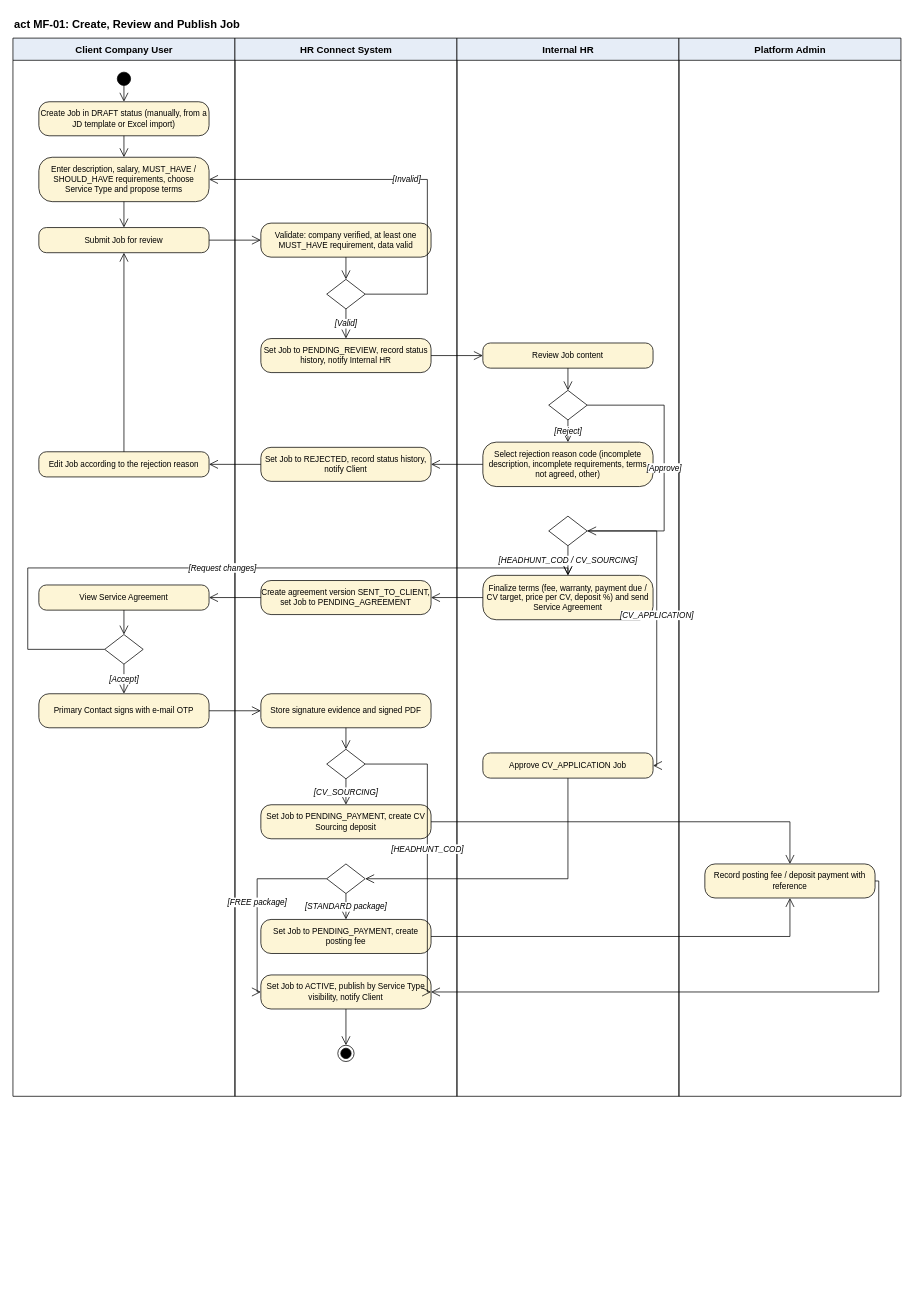
Before: docs/diagrams/activity/source/act-mf01-create-review-publish-job.drawio in hoangqui794/hr-connect, a draw.io diagram. Source tidied: cells renumbered, new cells numbered last; positions are measured from the earlier drawing's top-left corner, leaving out a move shared by most shapes. Both pictures are drawn from the tidied source at 74%, with x=0, y=0 at pixel (13, 13).
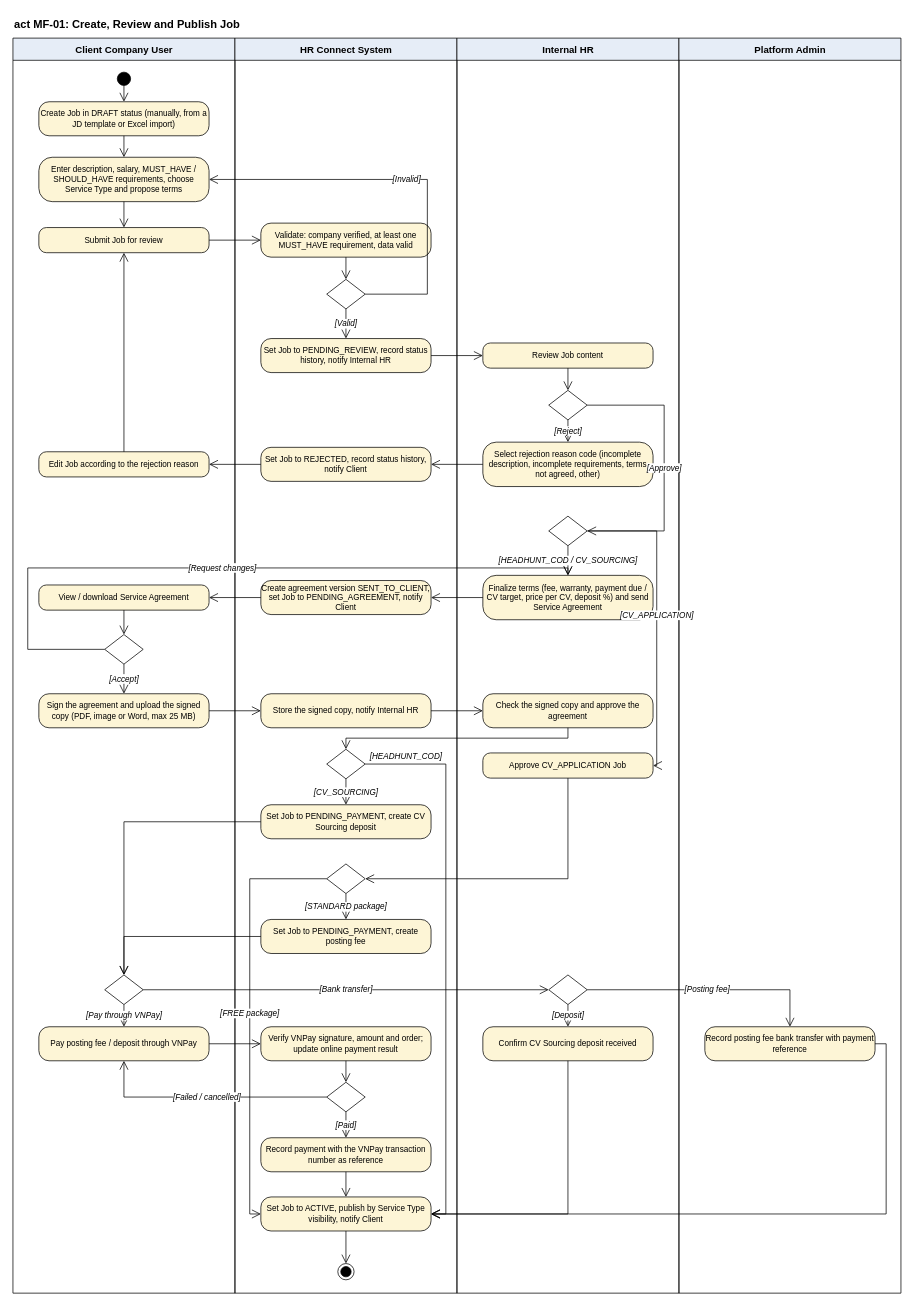
After the change.

The change refers to these unchanged cells:
```xml
<mxCell id="26" style="rhombus;whiteSpace=wrap;html=1;fillColor=#FFFFFF;strokeColor=#000000;fontSize=10;" parent="1" vertex="1">
  <mxGeometry x="424" y="995" width="52" height="40" as="geometry" />
</mxCell>
<mxCell id="27" value="Set Job to PENDING_PAYMENT, create CV Sourcing deposit" style="rounded=1;arcSize=30;whiteSpace=wrap;html=1;fillColor=#FDF5D6;strokeColor=#000000;fontSize=11;" parent="1" vertex="1">
  <mxGeometry x="335" y="1070" width="230" height="46" as="geometry" />
</mxCell>
<mxCell id="29" style="rhombus;whiteSpace=wrap;html=1;fillColor=#FFFFFF;strokeColor=#000000;fontSize=10;" parent="1" vertex="1">
  <mxGeometry x="424" y="1150" width="52" height="40" as="geometry" />
</mxCell>
<mxCell id="30" value="Set Job to PENDING_PAYMENT, create posting fee" style="rounded=1;arcSize=30;whiteSpace=wrap;html=1;fillColor=#FDF5D6;strokeColor=#000000;fontSize=11;" parent="1" vertex="1">
  <mxGeometry x="335" y="1225" width="230" height="46" as="geometry" />
</mxCell>
```

What changed in the source:
```diff
@@
     <mxCell id="3" value="Client Company User" style="swimlane;startSize=30;html=1;fillColor=#E6EDF7;strokeColor=#000000;fontStyle=1;fontSize=13;" parent="1" vertex="1">
-      <mxGeometry y="34" width="300" height="1430" as="geometry" />
+      <mxGeometry y="34" width="300" height="1696" as="geometry" />
     </mxCell>
     <mxCell id="4" value="HR Connect System" style="swimlane;startSize=30;html=1;fillColor=#E6EDF7;strokeColor=#000000;fontStyle=1;fontSize=13;" parent="1" vertex="1">
-      <mxGeometry x="300" y="34" width="300" height="1430" as="geometry" />
+      <mxGeometry x="300" y="34" width="300" height="1696" as="geometry" />
     </mxCell>
     <mxCell id="5" value="Internal HR" style="swimlane;startSize=30;html=1;fillColor=#E6EDF7;strokeColor=#000000;fontStyle=1;fontSize=13;" parent="1" vertex="1">
-      <mxGeometry x="600" y="34" width="300" height="1430" as="geometry" />
+      <mxGeometry x="600" y="34" width="300" height="1696" as="geometry" />
     </mxCell>
     <mxCell id="6" value="Platform Admin" style="swimlane;startSize=30;html=1;fillColor=#E6EDF7;strokeColor=#000000;fontStyle=1;fontSize=13;" parent="1" vertex="1">
-      <mxGeometry x="900" y="34" width="300" height="1430" as="geometry" />
+      <mxGeometry x="900" y="34" width="300" height="1696" as="geometry" />
     </mxCell>
@@
-    <mxCell id="21" value="Create agreement version SENT_TO_CLIENT, set Job to PENDING_AGREEMENT" style="rounded=1;arcSize=30;whiteSpace=wrap;html=1;fillColor=#FDF5D6;strokeColor=#000000;fontSize=11;" parent="1" vertex="1">
+    <mxCell id="21" value="Create agreement version SENT_TO_CLIENT, set Job to PENDING_AGREEMENT, notify Client" style="rounded=1;arcSize=30;whiteSpace=wrap;html=1;fillColor=#FDF5D6;strokeColor=#000000;fontSize=11;" parent="1" vertex="1">
       <mxGeometry x="335" y="767" width="230" height="46" as="geometry" />
     </mxCell>
-    <mxCell id="22" value="View Service Agreement" style="rounded=1;arcSize=30;whiteSpace=wrap;html=1;fillColor=#FDF5D6;strokeColor=#000000;fontSize=11;" parent="1" vertex="1">
+    <mxCell id="22" value="View / download Service Agreement" style="rounded=1;arcSize=30;whiteSpace=wrap;html=1;fillColor=#FDF5D6;strokeColor=#000000;fontSize=11;" parent="1" vertex="1">
       <mxGeometry x="35" y="773" width="230" height="34" as="geometry" />
     </mxCell>
@@
-    <mxCell id="24" value="Primary Contact signs with e-mail OTP" style="rounded=1;arcSize=30;whiteSpace=wrap;html=1;fillColor=#FDF5D6;strokeColor=#000000;fontSize=11;" parent="1" vertex="1">
+    <mxCell id="24" value="Sign the agreement and upload the signed copy (PDF, image or Word, max 25 MB)" style="rounded=1;arcSize=30;whiteSpace=wrap;html=1;fillColor=#FDF5D6;strokeColor=#000000;fontSize=11;" parent="1" vertex="1">
       <mxGeometry x="35" y="920" width="230" height="46" as="geometry" />
     </mxCell>
-    <mxCell id="25" value="Store signature evidence and signed PDF" style="rounded=1;arcSize=30;whiteSpace=wrap;html=1;fillColor=#FDF5D6;strokeColor=#000000;fontSize=11;" parent="1" vertex="1">
+    <mxCell id="25" value="Store the signed copy, notify Internal HR" style="rounded=1;arcSize=30;whiteSpace=wrap;html=1;fillColor=#FDF5D6;strokeColor=#000000;fontSize=11;" parent="1" vertex="1">
       <mxGeometry x="335" y="920" width="230" height="46" as="geometry" />
     </mxCell>
@@
-    <mxCell id="31" value="Record posting fee / deposit payment with reference" style="rounded=1;arcSize=30;whiteSpace=wrap;html=1;fillColor=#FDF5D6;strokeColor=#000000;fontSize=11;" parent="1" vertex="1">
-      <mxGeometry x="935" y="1150" width="230" height="46" as="geometry" />
+    <mxCell id="31" value="Record posting fee bank transfer with payment reference" style="rounded=1;arcSize=30;whiteSpace=wrap;html=1;fillColor=#FDF5D6;strokeColor=#000000;fontSize=11;" parent="1" vertex="1">
+      <mxGeometry x="935" y="1370" width="230" height="46" as="geometry" />
     </mxCell>
     <mxCell id="32" value="Set Job to ACTIVE, publish by Service Type visibility, notify Client" style="rounded=1;arcSize=30;whiteSpace=wrap;html=1;fillColor=#FDF5D6;strokeColor=#000000;fontSize=11;" parent="1" vertex="1">
-      <mxGeometry x="335" y="1300" width="230" height="46" as="geometry" />
+      <mxGeometry x="335" y="1600" width="230" height="46" as="geometry" />
     </mxCell>
     <mxCell id="33" style="ellipse;shape=endState;fillColor=#000000;strokeColor=#000000;" parent="1" vertex="1">
-      <mxGeometry x="439" y="1395" width="22" height="22" as="geometry" />
+      <mxGeometry x="439" y="1690" width="22" height="22" as="geometry" />
     </mxCell>
@@
-    <mxCell id="55" style="endArrow=open;endSize=10;html=1;rounded=0;edgeStyle=orthogonalEdgeStyle;fontStyle=2;fontSize=11;labelBackgroundColor=#FFFFFF;" parent="1" edge="1" source="25" target="26">
-      <mxGeometry relative="1" as="geometry" />
-    </mxCell>
     <mxCell id="56" value="[HEADHUNT_COD]" style="endArrow=open;endSize=10;html=1;rounded=0;edgeStyle=orthogonalEdgeStyle;fontStyle=2;fontSize=11;labelBackgroundColor=#FFFFFF;exitX=1;exitY=0.5;exitDx=0;exitDy=0;entryX=1;entryY=0.5;entryDx=0;entryDy=0;" parent="1" edge="1" source="26" target="32">
-      <mxGeometry relative="1" as="geometry">
+      <mxGeometry x="-0.85" y="10" relative="1" as="geometry">
         <Array as="points">
-          <mxPoint x="560" y="1015" />
-          <mxPoint x="560" y="1323" />
+          <mxPoint x="585" y="1015" />
+          <mxPoint x="585" y="1623" />
         </Array>
       </mxGeometry>
     </mxCell>
@@
     <mxCell id="60" value="[FREE package]" style="endArrow=open;endSize=10;html=1;rounded=0;edgeStyle=orthogonalEdgeStyle;fontStyle=2;fontSize=11;labelBackgroundColor=#FFFFFF;exitX=0;exitY=0.5;exitDx=0;exitDy=0;entryX=0;entryY=0.5;entryDx=0;entryDy=0;" parent="1" edge="1" source="29" target="32">
       <mxGeometry relative="1" as="geometry">
         <Array as="points">
-          <mxPoint x="330" y="1170" />
-          <mxPoint x="330" y="1323" />
+          <mxPoint x="320" y="1170" />
+          <mxPoint x="320" y="1623" />
         </Array>
       </mxGeometry>
     </mxCell>
@@
-    <mxCell id="62" style="endArrow=open;endSize=10;html=1;rounded=0;edgeStyle=orthogonalEdgeStyle;fontStyle=2;fontSize=11;labelBackgroundColor=#FFFFFF;entryX=0.5;entryY=0;entryDx=0;entryDy=0;" parent="1" edge="1" source="27" target="31">
-      <mxGeometry relative="1" as="geometry">
-        <Array as="points">
-          <mxPoint x="1050" y="1093" />
-        </Array>
-      </mxGeometry>
-    </mxCell>
-    <mxCell id="63" style="endArrow=open;endSize=10;html=1;rounded=0;edgeStyle=orthogonalEdgeStyle;fontStyle=2;fontSize=11;labelBackgroundColor=#FFFFFF;entryX=0.5;entryY=1;entryDx=0;entryDy=0;" parent="1" edge="1" source="30" target="31">
-      <mxGeometry relative="1" as="geometry">
-        <Array as="points">
-          <mxPoint x="1050" y="1248" />
-        </Array>
-      </mxGeometry>
-    </mxCell>
+    <mxCell id="65" style="endArrow=open;endSize=10;html=1;rounded=0;edgeStyle=orthogonalEdgeStyle;fontStyle=2;fontSize=11;labelBackgroundColor=#FFFFFF;" parent="1" edge="1" source="32" target="33">
+      <mxGeometry relative="1" as="geometry" />
+    </mxCell>
+    <mxCell id="66" style="rhombus;whiteSpace=wrap;html=1;fillColor=#FFFFFF;strokeColor=#000000;fontSize=10;" parent="1" vertex="1">
+      <mxGeometry x="124" y="1300" width="52" height="40" as="geometry" />
+    </mxCell>
+    <mxCell id="67" value="Pay posting fee / deposit through VNPay" style="rounded=1;arcSize=30;whiteSpace=wrap;html=1;fillColor=#FDF5D6;strokeColor=#000000;fontSize=11;" parent="1" vertex="1">
+      <mxGeometry x="35" y="1370" width="230" height="46" as="geometry" />
+    </mxCell>
+    <mxCell id="68" value="Verify VNPay signature, amount and order; update online payment result" style="rounded=1;arcSize=30;whiteSpace=wrap;html=1;fillColor=#FDF5D6;strokeColor=#000000;fontSize=11;" parent="1" vertex="1">
+      <mxGeometry x="335" y="1370" width="230" height="46" as="geometry" />
+    </mxCell>
+    <mxCell id="69" style="rhombus;whiteSpace=wrap;html=1;fillColor=#FFFFFF;strokeColor=#000000;fontSize=10;" parent="1" vertex="1">
+      <mxGeometry x="424" y="1445" width="52" height="40" as="geometry" />
+    </mxCell>
+    <mxCell id="70" value="Record payment with the VNPay transaction number as reference" style="rounded=1;arcSize=30;whiteSpace=wrap;html=1;fillColor=#FDF5D6;strokeColor=#000000;fontSize=11;" parent="1" vertex="1">
+      <mxGeometry x="335" y="1520" width="230" height="46" as="geometry" />
+    </mxCell>
+    <mxCell id="71" style="endArrow=open;endSize=10;html=1;rounded=0;edgeStyle=orthogonalEdgeStyle;fontStyle=2;fontSize=11;labelBackgroundColor=#FFFFFF;exitX=0;exitY=0.5;exitDx=0;exitDy=0;entryX=0.5;entryY=0;entryDx=0;entryDy=0;" parent="1" edge="1" source="27" target="66">
+      <mxGeometry relative="1" as="geometry">
+        <Array as="points">
+          <mxPoint x="150" y="1093" />
+        </Array>
+      </mxGeometry>
+    </mxCell>
+    <mxCell id="72" style="endArrow=open;endSize=10;html=1;rounded=0;edgeStyle=orthogonalEdgeStyle;fontStyle=2;fontSize=11;labelBackgroundColor=#FFFFFF;exitX=0;exitY=0.5;exitDx=0;exitDy=0;entryX=0.5;entryY=0;entryDx=0;entryDy=0;" parent="1" edge="1" source="30" target="66">
+      <mxGeometry relative="1" as="geometry">
+        <Array as="points">
+          <mxPoint x="150" y="1248" />
+        </Array>
+      </mxGeometry>
+    </mxCell>
+    <mxCell id="73" value="[Pay through VNPay]" style="endArrow=open;endSize=10;html=1;rounded=0;edgeStyle=orthogonalEdgeStyle;fontStyle=2;fontSize=11;labelBackgroundColor=#FFFFFF;" parent="1" edge="1" source="66" target="67">
+      <mxGeometry relative="1" as="geometry" />
+    </mxCell>
+    <mxCell id="74" style="endArrow=open;endSize=10;html=1;rounded=0;edgeStyle=orthogonalEdgeStyle;fontStyle=2;fontSize=11;labelBackgroundColor=#FFFFFF;" parent="1" edge="1" source="67" target="68">
+      <mxGeometry relative="1" as="geometry" />
+    </mxCell>
+    <mxCell id="75" style="endArrow=open;endSize=10;html=1;rounded=0;edgeStyle=orthogonalEdgeStyle;fontStyle=2;fontSize=11;labelBackgroundColor=#FFFFFF;" parent="1" edge="1" source="68" target="69">
+      <mxGeometry relative="1" as="geometry" />
+    </mxCell>
+    <mxCell id="76" value="[Failed / cancelled]" style="endArrow=open;endSize=10;html=1;rounded=0;edgeStyle=orthogonalEdgeStyle;fontStyle=2;fontSize=11;labelBackgroundColor=#FFFFFF;exitX=0;exitY=0.5;exitDx=0;exitDy=0;entryX=0.5;entryY=1;entryDx=0;entryDy=0;" parent="1" edge="1" source="69" target="67">
+      <mxGeometry relative="1" as="geometry">
+        <Array as="points">
+          <mxPoint x="150" y="1465" />
+        </Array>
+      </mxGeometry>
+    </mxCell>
+    <mxCell id="77" value="[Paid]" style="endArrow=open;endSize=10;html=1;rounded=0;edgeStyle=orthogonalEdgeStyle;fontStyle=2;fontSize=11;labelBackgroundColor=#FFFFFF;" parent="1" edge="1" source="69" target="70">
+      <mxGeometry relative="1" as="geometry" />
+    </mxCell>
+    <mxCell id="78" style="endArrow=open;endSize=10;html=1;rounded=0;edgeStyle=orthogonalEdgeStyle;fontStyle=2;fontSize=11;labelBackgroundColor=#FFFFFF;" parent="1" edge="1" source="70" target="32">
+      <mxGeometry relative="1" as="geometry" />
+    </mxCell>
     <mxCell id="64" style="endArrow=open;endSize=10;html=1;rounded=0;edgeStyle=orthogonalEdgeStyle;fontStyle=2;fontSize=11;labelBackgroundColor=#FFFFFF;exitX=1;exitY=0.5;exitDx=0;exitDy=0;entryX=1;entryY=0.5;entryDx=0;entryDy=0;" parent="1" edge="1" source="31" target="32">
       <mxGeometry relative="1" as="geometry">
         <Array as="points">
-          <mxPoint x="1170" y="1173" />
-          <mxPoint x="1170" y="1323" />
+          <mxPoint x="1180" y="1393" />
+          <mxPoint x="1180" y="1623" />
         </Array>
       </mxGeometry>
     </mxCell>
-    <mxCell id="65" style="endArrow=open;endSize=10;html=1;rounded=0;edgeStyle=orthogonalEdgeStyle;fontStyle=2;fontSize=11;labelBackgroundColor=#FFFFFF;" parent="1" edge="1" source="32" target="33">
-      <mxGeometry relative="1" as="geometry" />
-    </mxCell>
+    <mxCell id="79" value="Check the signed copy and approve the agreement" style="rounded=1;arcSize=30;whiteSpace=wrap;html=1;fillColor=#FDF5D6;strokeColor=#000000;fontSize=11;" parent="1" vertex="1">
+      <mxGeometry x="635" y="920" width="230" height="46" as="geometry" />
+    </mxCell>
+    <mxCell id="55" style="endArrow=open;endSize=10;html=1;rounded=0;edgeStyle=orthogonalEdgeStyle;fontStyle=2;fontSize=11;labelBackgroundColor=#FFFFFF;" parent="1" edge="1" source="25" target="79">
+      <mxGeometry relative="1" as="geometry" />
+    </mxCell>
+    <mxCell id="80" style="endArrow=open;endSize=10;html=1;rounded=0;edgeStyle=orthogonalEdgeStyle;fontStyle=2;fontSize=11;labelBackgroundColor=#FFFFFF;exitX=0.5;exitY=1;exitDx=0;exitDy=0;entryX=0.5;entryY=0;entryDx=0;entryDy=0;" parent="1" edge="1" source="79" target="26">
+      <mxGeometry relative="1" as="geometry">
+        <Array as="points">
+          <mxPoint x="750" y="980" />
+          <mxPoint x="450" y="980" />
+        </Array>
+      </mxGeometry>
+    </mxCell>
+    <mxCell id="81" style="rhombus;whiteSpace=wrap;html=1;fillColor=#FFFFFF;strokeColor=#000000;fontSize=10;" parent="1" vertex="1">
+      <mxGeometry x="724" y="1300" width="52" height="40" as="geometry" />
+    </mxCell>
+    <mxCell id="82" value="Confirm CV Sourcing deposit received" style="rounded=1;arcSize=30;whiteSpace=wrap;html=1;fillColor=#FDF5D6;strokeColor=#000000;fontSize=11;" parent="1" vertex="1">
+      <mxGeometry x="635" y="1370" width="230" height="46" as="geometry" />
+    </mxCell>
+    <mxCell id="83" value="[Bank transfer]" style="endArrow=open;endSize=10;html=1;rounded=0;edgeStyle=orthogonalEdgeStyle;fontStyle=2;fontSize=11;labelBackgroundColor=#FFFFFF;exitX=1;exitY=0.5;exitDx=0;exitDy=0;entryX=0;entryY=0.5;entryDx=0;entryDy=0;" parent="1" edge="1" source="66" target="81">
+      <mxGeometry relative="1" as="geometry" />
+    </mxCell>
+    <mxCell id="84" value="[Deposit]" style="endArrow=open;endSize=10;html=1;rounded=0;edgeStyle=orthogonalEdgeStyle;fontStyle=2;fontSize=11;labelBackgroundColor=#FFFFFF;" parent="1" edge="1" source="81" target="82">
+      <mxGeometry relative="1" as="geometry" />
+    </mxCell>
+    <mxCell id="85" value="[Posting fee]" style="endArrow=open;endSize=10;html=1;rounded=0;edgeStyle=orthogonalEdgeStyle;fontStyle=2;fontSize=11;labelBackgroundColor=#FFFFFF;exitX=1;exitY=0.5;exitDx=0;exitDy=0;entryX=0.5;entryY=0;entryDx=0;entryDy=0;" parent="1" edge="1" source="81" target="31">
+      <mxGeometry relative="1" as="geometry">
+        <Array as="points">
+          <mxPoint x="1050" y="1320" />
+        </Array>
+      </mxGeometry>
+    </mxCell>
+    <mxCell id="86" style="endArrow=open;endSize=10;html=1;rounded=0;edgeStyle=orthogonalEdgeStyle;fontStyle=2;fontSize=11;labelBackgroundColor=#FFFFFF;exitX=0.5;exitY=1;exitDx=0;exitDy=0;entryX=1;entryY=0.5;entryDx=0;entryDy=0;" parent="1" edge="1" source="82" target="32">
+      <mxGeometry relative="1" as="geometry">
+        <Array as="points">
+          <mxPoint x="750" y="1623" />
+        </Array>
+      </mxGeometry>
+    </mxCell>
```
